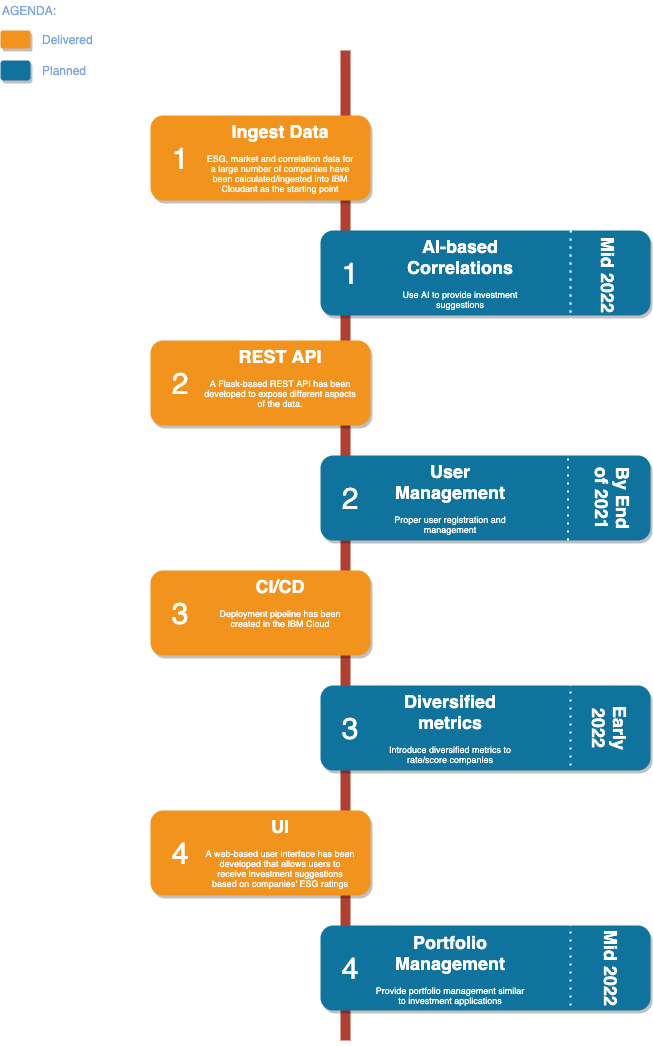
Before: docs/roadmap.png, a diagram exported from draw.io (corentinthomasset/call-for-code-2021). Source tidied: cells renumbered, new cells last; positions are measured from the earlier drawing's top-left corner, leaving out a move shared by most shapes.
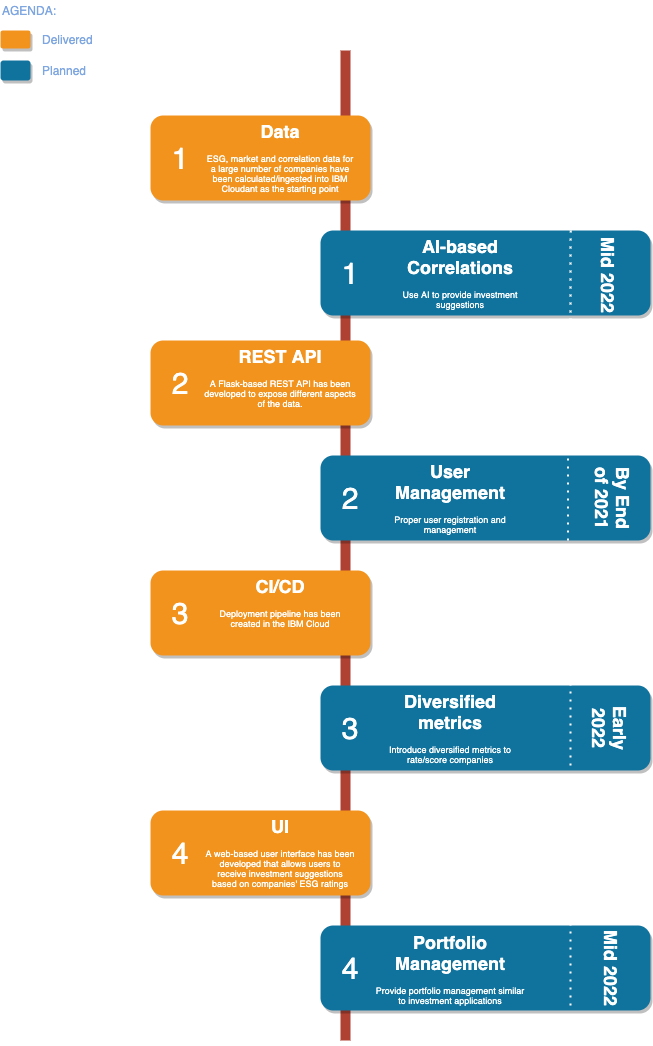
After the change.

What changed in the source:
```diff
@@ -53,7 +53,7 @@
     <mxCell id="18" value="4" style="text;html=1;strokeColor=none;fillColor=none;align=center;verticalAlign=middle;whiteSpace=wrap;fontSize=30;fontColor=#FFFFFF;" parent="1" vertex="1">
       <mxGeometry x="330" y="958" width="40" height="20" as="geometry" />
     </mxCell>
-    <mxCell id="19" value="&lt;h1&gt;Ingest Data&lt;/h1&gt;&lt;p&gt;ESG, market and correlation data for a large number of companies have been calculated/ingested into IBM Cloudant as the starting point&lt;/p&gt;" style="text;html=1;spacing=5;spacingTop=-20;whiteSpace=wrap;overflow=hidden;strokeColor=none;strokeWidth=4;fillColor=none;gradientColor=#007FFF;fontSize=9;fontColor=#FFFFFF;align=center;" parent="1" vertex="1">
+    <mxCell id="19" value="&lt;h1&gt;Data&lt;/h1&gt;&lt;p&gt;ESG, market and correlation data for a large number of companies have been calculated/ingested into IBM Cloudant as the starting point&lt;/p&gt;" style="text;html=1;spacing=5;spacingTop=-20;whiteSpace=wrap;overflow=hidden;strokeColor=none;strokeWidth=4;fillColor=none;gradientColor=#007FFF;fontSize=9;fontColor=#FFFFFF;align=center;" parent="1" vertex="1">
       <mxGeometry x="200" y="119" width="160" height="77" as="geometry" />
     </mxCell>
     <mxCell id="20" value="&lt;h1&gt;AI-based Correlations&lt;/h1&gt;&lt;p&gt;Use AI to provide investment suggestions&lt;/p&gt;" style="text;html=1;spacing=5;spacingTop=-20;whiteSpace=wrap;overflow=hidden;strokeColor=none;strokeWidth=4;fillColor=none;gradientColor=#007FFF;fontSize=9;fontColor=#FFFFFF;align=center;" parent="1" vertex="1">
```
